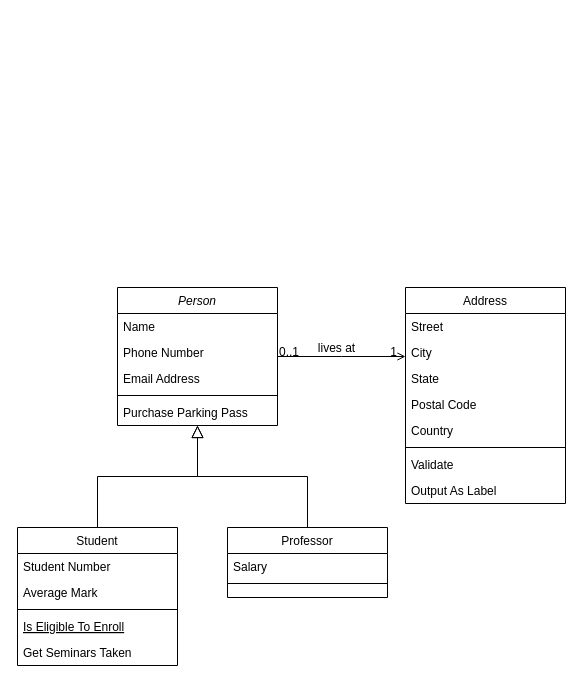
This is 제목 없는 다이어그램.drawio from hojeong26/sw_system, a draw.io file, before an edit. Source tidied: cells renumbered, new cells numbered last; positions are measured from the earlier drawing's top-left corner, leaving out a move shared by most shapes. Both pictures are drawn from the tidied source at 100%, with x=0, y=0 at pixel (17, 287).
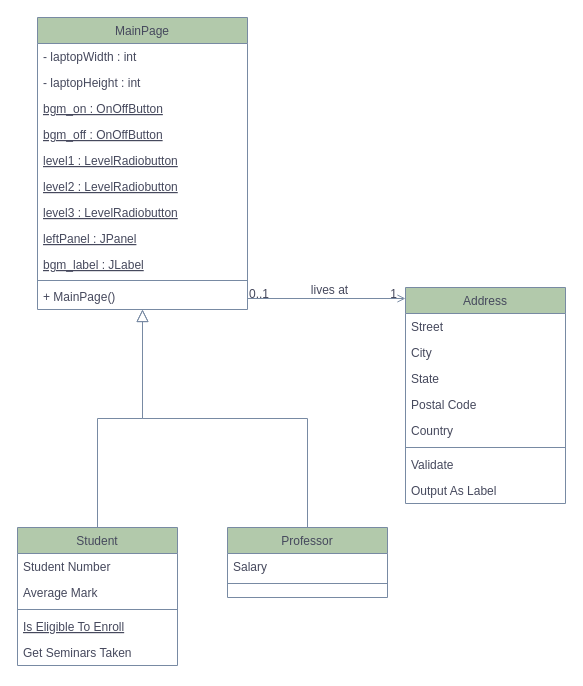
The same diagram, later.

Commit message:
제목 없는 다이어그램.drawio 업데이트

Diff of the diagram source:
```diff
@@
-    <mxCell id="2" value="Person" style="swimlane;fontStyle=2;align=center;verticalAlign=top;horizontal=1;startSize=26;rounded=0;shadow=0;strokeWidth=1;" parent="1" vertex="1">
-      <mxGeometry x="100" width="160" height="138" as="geometry" />
+    <mxCell id="2" value="MainPage" style="swimlane;fontStyle=0;align=center;verticalAlign=top;horizontal=1;startSize=26;rounded=0;shadow=0;strokeWidth=1;labelBackgroundColor=none;fillColor=#B2C9AB;strokeColor=#788AA3;fontColor=#46495D;" parent="1" vertex="1">
+      <mxGeometry x="20" y="-270" width="210" height="292" as="geometry" />
     </mxCell>
-    <mxCell id="3" value="Name" style="text;align=left;verticalAlign=top;spacingLeft=4;spacingRight=4;overflow=hidden;" parent="2" vertex="1">
-      <mxGeometry y="26" width="160" height="26" as="geometry" />
+    <mxCell id="3" value="- laptopWidth : int" style="text;align=left;verticalAlign=top;spacingLeft=4;spacingRight=4;overflow=hidden;labelBackgroundColor=none;fontColor=#46495D;" parent="2" vertex="1">
+      <mxGeometry y="26" width="210" height="26" as="geometry" />
     </mxCell>
-    <mxCell id="4" value="Phone Number" style="text;align=left;verticalAlign=top;spacingLeft=4;spacingRight=4;overflow=hidden;rounded=0;shadow=0;html=0;" parent="2" vertex="1">
-      <mxGeometry y="52" width="160" height="26" as="geometry" />
+    <mxCell id="4" value="- laptopHeight : int" style="text;align=left;verticalAlign=top;spacingLeft=4;spacingRight=4;overflow=hidden;rounded=0;shadow=0;html=0;labelBackgroundColor=none;fontColor=#46495D;" parent="2" vertex="1">
+      <mxGeometry y="52" width="210" height="26" as="geometry" />
     </mxCell>
-    <mxCell id="5" value="Email Address" style="text;align=left;verticalAlign=top;spacingLeft=4;spacingRight=4;overflow=hidden;rounded=0;shadow=0;html=0;" parent="2" vertex="1">
-      <mxGeometry y="78" width="160" height="26" as="geometry" />
+    <mxCell id="5" value="bgm_on : OnOffButton" style="text;align=left;verticalAlign=top;spacingLeft=4;spacingRight=4;overflow=hidden;rounded=0;shadow=0;html=0;labelBackgroundColor=none;fontColor=#46495D;fontStyle=4;" parent="2" vertex="1">
+      <mxGeometry y="78" width="210" height="26" as="geometry" />
     </mxCell>
+    <mxCell id="32" value="bgm_off : OnOffButton" style="text;align=left;verticalAlign=top;spacingLeft=4;spacingRight=4;overflow=hidden;rounded=0;shadow=0;html=0;labelBackgroundColor=none;fontColor=#46495D;fontStyle=4;" parent="2" vertex="1">
+      <mxGeometry y="104" width="210" height="26" as="geometry" />
+    </mxCell>
+    <mxCell id="33" value="level1 : LevelRadiobutton" style="text;align=left;verticalAlign=top;spacingLeft=4;spacingRight=4;overflow=hidden;rounded=0;shadow=0;html=0;labelBackgroundColor=none;fontColor=#46495D;fontStyle=4;" parent="2" vertex="1">
+      <mxGeometry y="130" width="210" height="26" as="geometry" />
+    </mxCell>
+    <mxCell id="7" value="level2 : LevelRadiobutton" style="text;align=left;verticalAlign=top;spacingLeft=4;spacingRight=4;overflow=hidden;labelBackgroundColor=none;fontColor=#46495D;fontStyle=4;" parent="2" vertex="1">
+      <mxGeometry y="156" width="210" height="26" as="geometry" />
+    </mxCell>
+    <mxCell id="34" value="level3 : LevelRadiobutton" style="text;align=left;verticalAlign=top;spacingLeft=4;spacingRight=4;overflow=hidden;labelBackgroundColor=none;fontColor=#46495D;fontStyle=4;" parent="2" vertex="1">
+      <mxGeometry y="182" width="210" height="26" as="geometry" />
+    </mxCell>
+    <mxCell id="35" value="leftPanel : JPanel" style="text;align=left;verticalAlign=top;spacingLeft=4;spacingRight=4;overflow=hidden;labelBackgroundColor=none;fontColor=#46495D;fontStyle=4;" parent="2" vertex="1">
+      <mxGeometry y="208" width="210" height="26" as="geometry" />
+    </mxCell>
+    <mxCell id="36" value="bgm_label : JLabel" style="text;align=left;verticalAlign=top;spacingLeft=4;spacingRight=4;overflow=hidden;labelBackgroundColor=none;fontColor=#46495D;fontStyle=4;" parent="2" vertex="1">
+      <mxGeometry y="234" width="210" height="26" as="geometry" />
+    </mxCell>
-    <mxCell id="6" style="line;html=1;strokeWidth=1;align=left;verticalAlign=middle;spacingTop=-1;spacingLeft=3;spacingRight=3;labelPosition=right;" parent="2" vertex="1">
-      <mxGeometry y="104" width="160" height="8" as="geometry" />
+    <mxCell id="6" style="line;html=1;strokeWidth=1;align=left;verticalAlign=middle;spacingTop=-1;spacingLeft=3;spacingRight=3;labelPosition=right;labelBackgroundColor=none;fillColor=#B2C9AB;strokeColor=#788AA3;fontColor=#46495D;" parent="2" vertex="1">
+      <mxGeometry y="260" width="210" height="6" as="geometry" />
     </mxCell>
-    <mxCell id="7" value="Purchase Parking Pass" style="text;align=left;verticalAlign=top;spacingLeft=4;spacingRight=4;overflow=hidden;" parent="2" vertex="1">
-      <mxGeometry y="112" width="160" height="26" as="geometry" />
-    </mxCell>
+    <mxCell id="37" value="+ MainPage()" style="text;align=left;verticalAlign=top;spacingLeft=4;spacingRight=4;overflow=hidden;labelBackgroundColor=none;fontColor=#46495D;fontStyle=0;" parent="2" vertex="1">
+      <mxGeometry y="266" width="210" height="26" as="geometry" />
+    </mxCell>
-    <mxCell id="8" value="Student" style="swimlane;fontStyle=0;align=center;verticalAlign=top;horizontal=1;startSize=26;rounded=0;shadow=0;strokeWidth=1;" parent="1" vertex="1">
+    <mxCell id="8" value="Student" style="swimlane;fontStyle=0;align=center;verticalAlign=top;horizontal=1;startSize=26;rounded=0;shadow=0;strokeWidth=1;labelBackgroundColor=none;fillColor=#B2C9AB;strokeColor=#788AA3;fontColor=#46495D;" parent="1" vertex="1">
       <mxGeometry y="240" width="160" height="138" as="geometry" />
     </mxCell>
-    <mxCell id="9" value="Student Number" style="text;align=left;verticalAlign=top;spacingLeft=4;spacingRight=4;overflow=hidden;" parent="8" vertex="1">
+    <mxCell id="9" value="Student Number" style="text;align=left;verticalAlign=top;spacingLeft=4;spacingRight=4;overflow=hidden;labelBackgroundColor=none;fontColor=#46495D;" parent="8" vertex="1">
       <mxGeometry y="26" width="160" height="26" as="geometry" />
     </mxCell>
-    <mxCell id="10" value="Average Mark" style="text;align=left;verticalAlign=top;spacingLeft=4;spacingRight=4;overflow=hidden;rounded=0;shadow=0;html=0;" parent="8" vertex="1">
+    <mxCell id="10" value="Average Mark" style="text;align=left;verticalAlign=top;spacingLeft=4;spacingRight=4;overflow=hidden;rounded=0;shadow=0;html=0;labelBackgroundColor=none;fontColor=#46495D;" parent="8" vertex="1">
       <mxGeometry y="52" width="160" height="26" as="geometry" />
     </mxCell>
-    <mxCell id="11" style="line;html=1;strokeWidth=1;align=left;verticalAlign=middle;spacingTop=-1;spacingLeft=3;spacingRight=3;labelPosition=right;" parent="8" vertex="1">
+    <mxCell id="11" style="line;html=1;strokeWidth=1;align=left;verticalAlign=middle;spacingTop=-1;spacingLeft=3;spacingRight=3;labelPosition=right;labelBackgroundColor=none;fillColor=#B2C9AB;strokeColor=#788AA3;fontColor=#46495D;" parent="8" vertex="1">
       <mxGeometry y="78" width="160" height="8" as="geometry" />
     </mxCell>
-    <mxCell id="12" value="Is Eligible To Enroll" style="text;align=left;verticalAlign=top;spacingLeft=4;spacingRight=4;overflow=hidden;fontStyle=4;" parent="8" vertex="1">
+    <mxCell id="12" value="Is Eligible To Enroll" style="text;align=left;verticalAlign=top;spacingLeft=4;spacingRight=4;overflow=hidden;fontStyle=4;labelBackgroundColor=none;fontColor=#46495D;" parent="8" vertex="1">
       <mxGeometry y="86" width="160" height="26" as="geometry" />
     </mxCell>
-    <mxCell id="13" value="Get Seminars Taken" style="text;align=left;verticalAlign=top;spacingLeft=4;spacingRight=4;overflow=hidden;" parent="8" vertex="1">
+    <mxCell id="13" value="Get Seminars Taken" style="text;align=left;verticalAlign=top;spacingLeft=4;spacingRight=4;overflow=hidden;labelBackgroundColor=none;fontColor=#46495D;" parent="8" vertex="1">
       <mxGeometry y="112" width="160" height="26" as="geometry" />
     </mxCell>
-    <mxCell id="14" style="endArrow=block;endSize=10;endFill=0;shadow=0;strokeWidth=1;rounded=0;edgeStyle=elbowEdgeStyle;elbow=vertical;" parent="1" edge="1" source="8" target="2">
+    <mxCell id="14" style="endArrow=block;endSize=10;endFill=0;shadow=0;strokeWidth=1;rounded=0;edgeStyle=elbowEdgeStyle;elbow=vertical;labelBackgroundColor=none;strokeColor=#788AA3;fontColor=default;" parent="1" edge="1" source="8" target="2">
       <mxGeometry relative="1" as="geometry" />
     </mxCell>
-    <mxCell id="15" value="Professor" style="swimlane;fontStyle=0;align=center;verticalAlign=top;horizontal=1;startSize=26;rounded=0;shadow=0;strokeWidth=1;" parent="1" vertex="1">
+    <mxCell id="15" value="Professor" style="swimlane;fontStyle=0;align=center;verticalAlign=top;horizontal=1;startSize=26;rounded=0;shadow=0;strokeWidth=1;labelBackgroundColor=none;fillColor=#B2C9AB;strokeColor=#788AA3;fontColor=#46495D;" parent="1" vertex="1">
       <mxGeometry x="210" y="240" width="160" height="70" as="geometry" />
     </mxCell>
-    <mxCell id="16" value="Salary" style="text;align=left;verticalAlign=top;spacingLeft=4;spacingRight=4;overflow=hidden;" parent="15" vertex="1">
+    <mxCell id="16" value="Salary" style="text;align=left;verticalAlign=top;spacingLeft=4;spacingRight=4;overflow=hidden;labelBackgroundColor=none;fontColor=#46495D;" parent="15" vertex="1">
       <mxGeometry y="26" width="160" height="26" as="geometry" />
     </mxCell>
-    <mxCell id="17" style="line;html=1;strokeWidth=1;align=left;verticalAlign=middle;spacingTop=-1;spacingLeft=3;spacingRight=3;labelPosition=right;" parent="15" vertex="1">
+    <mxCell id="17" style="line;html=1;strokeWidth=1;align=left;verticalAlign=middle;spacingTop=-1;spacingLeft=3;spacingRight=3;labelPosition=right;labelBackgroundColor=none;fillColor=#B2C9AB;strokeColor=#788AA3;fontColor=#46495D;" parent="15" vertex="1">
       <mxGeometry y="52" width="160" height="8" as="geometry" />
     </mxCell>
-    <mxCell id="18" style="endArrow=block;endSize=10;endFill=0;shadow=0;strokeWidth=1;rounded=0;edgeStyle=elbowEdgeStyle;elbow=vertical;" parent="1" edge="1" source="15" target="2">
+    <mxCell id="18" style="endArrow=block;endSize=10;endFill=0;shadow=0;strokeWidth=1;rounded=0;edgeStyle=elbowEdgeStyle;elbow=vertical;labelBackgroundColor=none;strokeColor=#788AA3;fontColor=default;" parent="1" edge="1" source="15" target="2">
       <mxGeometry relative="1" as="geometry" />
     </mxCell>
-    <mxCell id="19" value="Address" style="swimlane;fontStyle=0;align=center;verticalAlign=top;horizontal=1;startSize=26;rounded=0;shadow=0;strokeWidth=1;" parent="1" vertex="1">
+    <mxCell id="19" value="Address" style="swimlane;fontStyle=0;align=center;verticalAlign=top;horizontal=1;startSize=26;rounded=0;shadow=0;strokeWidth=1;labelBackgroundColor=none;fillColor=#B2C9AB;strokeColor=#788AA3;fontColor=#46495D;" parent="1" vertex="1">
       <mxGeometry x="388" width="160" height="216" as="geometry" />
     </mxCell>
-    <mxCell id="20" value="Street" style="text;align=left;verticalAlign=top;spacingLeft=4;spacingRight=4;overflow=hidden;" parent="19" vertex="1">
+    <mxCell id="20" value="Street" style="text;align=left;verticalAlign=top;spacingLeft=4;spacingRight=4;overflow=hidden;labelBackgroundColor=none;fontColor=#46495D;" parent="19" vertex="1">
       <mxGeometry y="26" width="160" height="26" as="geometry" />
     </mxCell>
-    <mxCell id="21" value="City" style="text;align=left;verticalAlign=top;spacingLeft=4;spacingRight=4;overflow=hidden;rounded=0;shadow=0;html=0;" parent="19" vertex="1">
+    <mxCell id="21" value="City" style="text;align=left;verticalAlign=top;spacingLeft=4;spacingRight=4;overflow=hidden;rounded=0;shadow=0;html=0;labelBackgroundColor=none;fontColor=#46495D;" parent="19" vertex="1">
       <mxGeometry y="52" width="160" height="26" as="geometry" />
     </mxCell>
-    <mxCell id="22" value="State" style="text;align=left;verticalAlign=top;spacingLeft=4;spacingRight=4;overflow=hidden;rounded=0;shadow=0;html=0;" parent="19" vertex="1">
+    <mxCell id="22" value="State" style="text;align=left;verticalAlign=top;spacingLeft=4;spacingRight=4;overflow=hidden;rounded=0;shadow=0;html=0;labelBackgroundColor=none;fontColor=#46495D;" parent="19" vertex="1">
       <mxGeometry y="78" width="160" height="26" as="geometry" />
     </mxCell>
-    <mxCell id="23" value="Postal Code" style="text;align=left;verticalAlign=top;spacingLeft=4;spacingRight=4;overflow=hidden;rounded=0;shadow=0;html=0;" parent="19" vertex="1">
+    <mxCell id="23" value="Postal Code" style="text;align=left;verticalAlign=top;spacingLeft=4;spacingRight=4;overflow=hidden;rounded=0;shadow=0;html=0;labelBackgroundColor=none;fontColor=#46495D;" parent="19" vertex="1">
       <mxGeometry y="104" width="160" height="26" as="geometry" />
     </mxCell>
-    <mxCell id="24" value="Country" style="text;align=left;verticalAlign=top;spacingLeft=4;spacingRight=4;overflow=hidden;rounded=0;shadow=0;html=0;" parent="19" vertex="1">
+    <mxCell id="24" value="Country" style="text;align=left;verticalAlign=top;spacingLeft=4;spacingRight=4;overflow=hidden;rounded=0;shadow=0;html=0;labelBackgroundColor=none;fontColor=#46495D;" parent="19" vertex="1">
       <mxGeometry y="130" width="160" height="26" as="geometry" />
     </mxCell>
-    <mxCell id="25" style="line;html=1;strokeWidth=1;align=left;verticalAlign=middle;spacingTop=-1;spacingLeft=3;spacingRight=3;labelPosition=right;" parent="19" vertex="1">
+    <mxCell id="25" style="line;html=1;strokeWidth=1;align=left;verticalAlign=middle;spacingTop=-1;spacingLeft=3;spacingRight=3;labelPosition=right;labelBackgroundColor=none;fillColor=#B2C9AB;strokeColor=#788AA3;fontColor=#46495D;" parent="19" vertex="1">
       <mxGeometry y="156" width="160" height="8" as="geometry" />
     </mxCell>
-    <mxCell id="26" value="Validate" style="text;align=left;verticalAlign=top;spacingLeft=4;spacingRight=4;overflow=hidden;" parent="19" vertex="1">
+    <mxCell id="26" value="Validate" style="text;align=left;verticalAlign=top;spacingLeft=4;spacingRight=4;overflow=hidden;labelBackgroundColor=none;fontColor=#46495D;" parent="19" vertex="1">
       <mxGeometry y="164" width="160" height="26" as="geometry" />
     </mxCell>
-    <mxCell id="27" value="Output As Label" style="text;align=left;verticalAlign=top;spacingLeft=4;spacingRight=4;overflow=hidden;" parent="19" vertex="1">
+    <mxCell id="27" value="Output As Label" style="text;align=left;verticalAlign=top;spacingLeft=4;spacingRight=4;overflow=hidden;labelBackgroundColor=none;fontColor=#46495D;" parent="19" vertex="1">
       <mxGeometry y="190" width="160" height="26" as="geometry" />
     </mxCell>
-    <mxCell id="28" style="endArrow=open;shadow=0;strokeWidth=1;rounded=0;endFill=1;edgeStyle=elbowEdgeStyle;elbow=vertical;" parent="1" edge="1" source="2" target="19">
+    <mxCell id="28" style="endArrow=open;shadow=0;strokeWidth=1;rounded=0;endFill=1;edgeStyle=elbowEdgeStyle;elbow=vertical;labelBackgroundColor=none;strokeColor=#788AA3;fontColor=default;" parent="1" edge="1" source="2" target="19">
       <mxGeometry x="0.5" y="41" relative="1" as="geometry">
         <mxPoint x="-40" y="32" as="offset" />
       </mxGeometry>
     </mxCell>
-    <mxCell id="29" value="0..1" style="align=left;verticalAlign=bottom;labelBackgroundColor=none;fontSize=12;" parent="28" vertex="1">
+    <mxCell id="29" value="0..1" style="align=left;verticalAlign=bottom;labelBackgroundColor=none;fontSize=12;fillColor=#B2C9AB;strokeColor=#788AA3;fontColor=#46495D;" parent="28" vertex="1">
       <mxGeometry x="-1" relative="1" as="geometry">
         <mxPoint y="4" as="offset" />
       </mxGeometry>
     </mxCell>
-    <mxCell id="30" value="1" style="align=right;verticalAlign=bottom;labelBackgroundColor=none;fontSize=12;" parent="28" vertex="1">
+    <mxCell id="30" value="1" style="align=right;verticalAlign=bottom;labelBackgroundColor=none;fontSize=12;fillColor=#B2C9AB;strokeColor=#788AA3;fontColor=#46495D;" parent="28" vertex="1">
       <mxGeometry x="1" relative="1" as="geometry">
         <mxPoint x="-7" y="4" as="offset" />
       </mxGeometry>
     </mxCell>
-    <mxCell id="31" value="lives at" style="text;html=1;align=center;verticalAlign=middle;labelBackgroundColor=none;rounded=0;shadow=0;strokeWidth=1;fontSize=12;" parent="28" vertex="1">
+    <mxCell id="31" value="lives at" style="text;html=1;align=center;verticalAlign=middle;labelBackgroundColor=none;rounded=0;shadow=0;strokeWidth=1;fontSize=12;fontColor=#46495D;" parent="28" vertex="1">
       <mxGeometry x="0.5" y="49" relative="1" as="geometry">
         <mxPoint x="-38" y="40" as="offset" />
       </mxGeometry>
     </mxCell>
```
